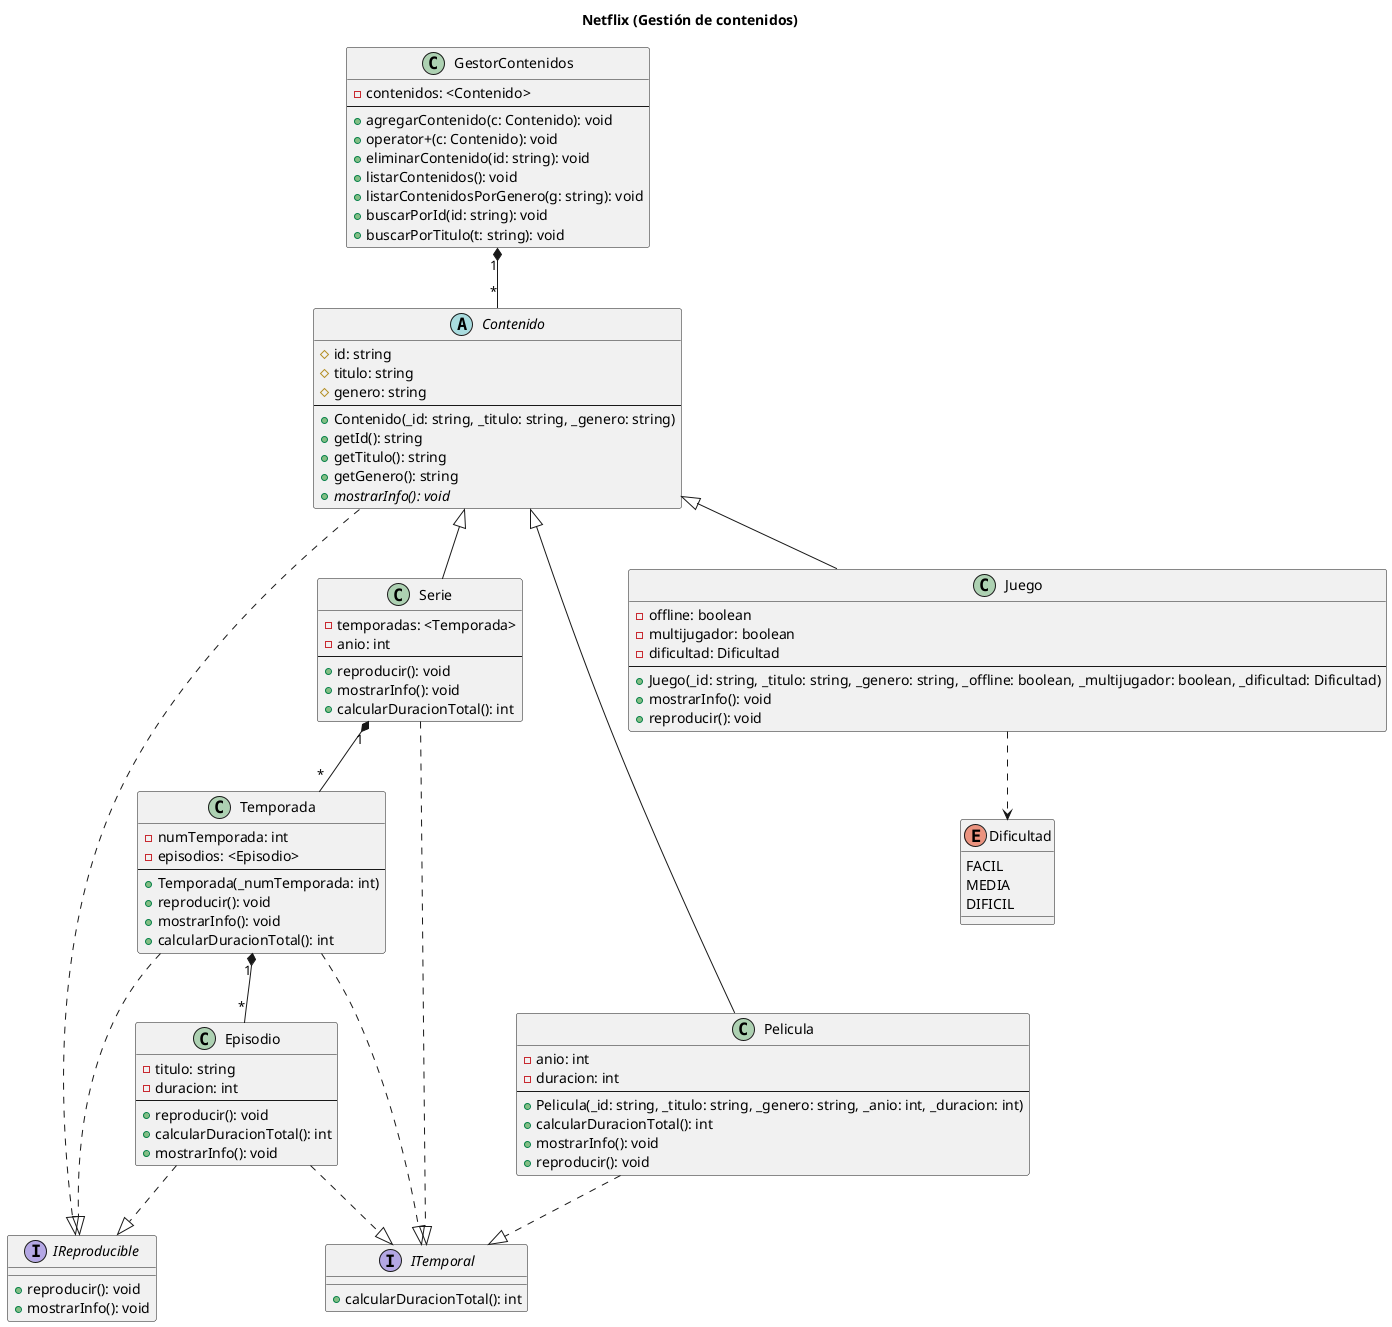
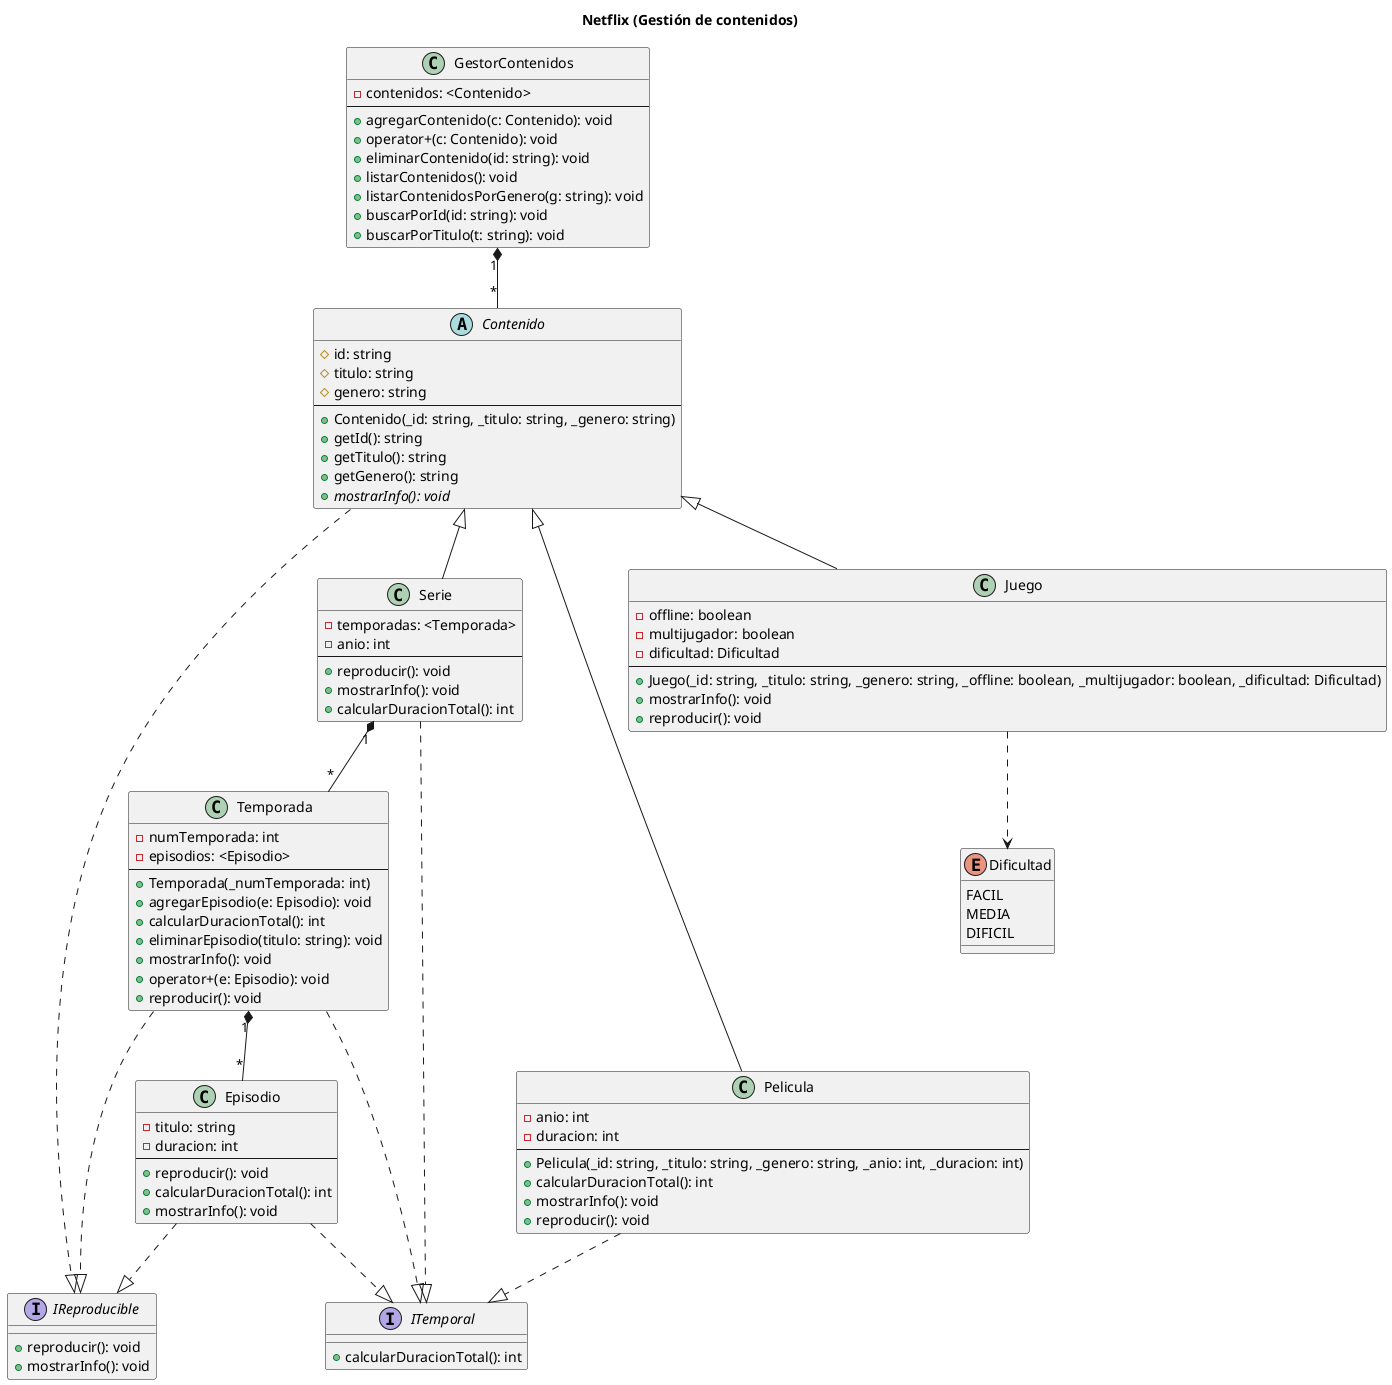
@startuml gestor_streaming
title Netflix (Gestión de contenidos)

interface IReproducible {
  + reproducir(): void
  + mostrarInfo(): void
}

interface ITemporal {
  + calcularDuracionTotal(): int
}

abstract class Contenido {
  # id: string
  # titulo: string
  # genero: string
  ---
  + Contenido(_id: string, _titulo: string, _genero: string)
  + getId(): string
  + getTitulo(): string
  + getGenero(): string
  + {abstract} mostrarInfo(): void
}

class GestorContenidos {
  - contenidos: <Contenido>
  ---
  + agregarContenido(c: Contenido): void
  + operator+(c: Contenido): void
  + eliminarContenido(id: string): void
  + listarContenidos(): void
  + listarContenidosPorGenero(g: string): void
  + buscarPorId(id: string): void
  + buscarPorTitulo(t: string): void
}

class Pelicula {
  - anio: int
  - duracion: int
  ---
  + Pelicula(_id: string, _titulo: string, _genero: string, _anio: int, _duracion: int)
  + calcularDuracionTotal(): int
  + mostrarInfo(): void
  + reproducir(): void
}

class Serie {
  - temporadas: <Temporada>
  - anio: int
  ---
  + reproducir(): void
  + mostrarInfo(): void
  + calcularDuracionTotal(): int
}

class Juego {
  - offline: boolean
  - multijugador: boolean
  - dificultad: Dificultad
  ---
  + Juego(_id: string, _titulo: string, _genero: string, _offline: boolean, _multijugador: boolean, _dificultad: Dificultad)
  + mostrarInfo(): void
  + reproducir(): void
}

enum Dificultad {
  FACIL
  MEDIA
  DIFICIL
}

class Temporada {
  - numTemporada: int
  - episodios: <Episodio>
  ---
  + Temporada(_numTemporada: int)
+   + agregarEpisodio(e: Episodio): void
+   + calcularDuracionTotal(): int
+   + eliminarEpisodio(titulo: string): void
+   + mostrarInfo(): void
+   + operator+(e: Episodio): void
  + reproducir(): void
-   + mostrarInfo(): void
-   + calcularDuracionTotal(): int
}

class Episodio {
  - titulo: string
  - duracion: int
  ---
  + reproducir(): void
  + calcularDuracionTotal(): int
  + mostrarInfo(): void
}

' Jerarquía principal
Contenido <|-- Pelicula
Contenido <|-- Serie
Contenido <|-- Juego

' Interfaces
Contenido ..|> IReproducible
Episodio ..|> IReproducible
Temporada ..|> IReproducible

Pelicula ..|> ITemporal
Serie ..|> ITemporal
Temporada ..|> ITemporal
Episodio ..|> ITemporal

' Composiciones
GestorContenidos "1" *-- "*" Contenido
Serie "1" *-- "*" Temporada
Temporada "1" *-- "*" Episodio

' Dependencia
Juego ..> Dificultad

@enduml